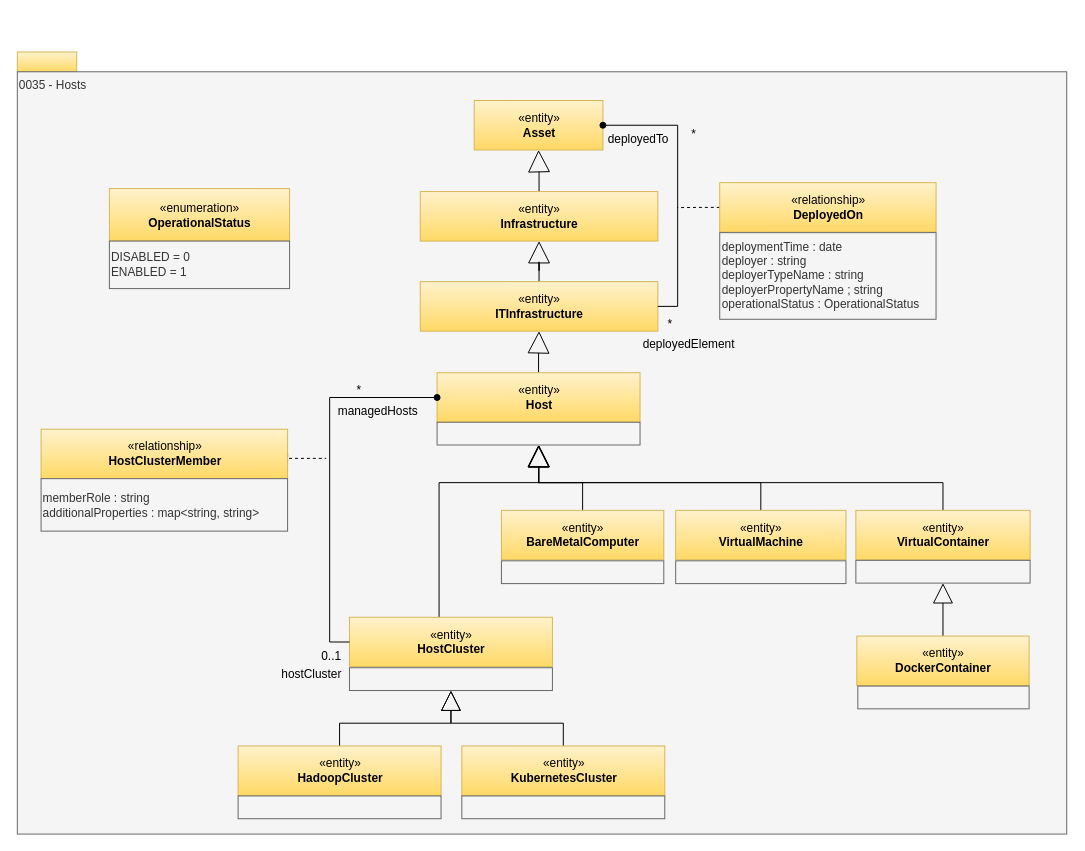
Earlier version of the draw.io diagram page "0035-Complex-Hosts" (20 of 31) of site/docs/types/0/area-0-basic-types-and-infrastructure.drawio (odpi/egeria-docs). Source tidied: cells renumbered, new cells numbered last; positions are measured from the earlier drawing's top-left corner, leaving out a move shared by most shapes. Both pictures are drawn from the tidied source at 99%, with x=0, y=0 at pixel (17, 51).
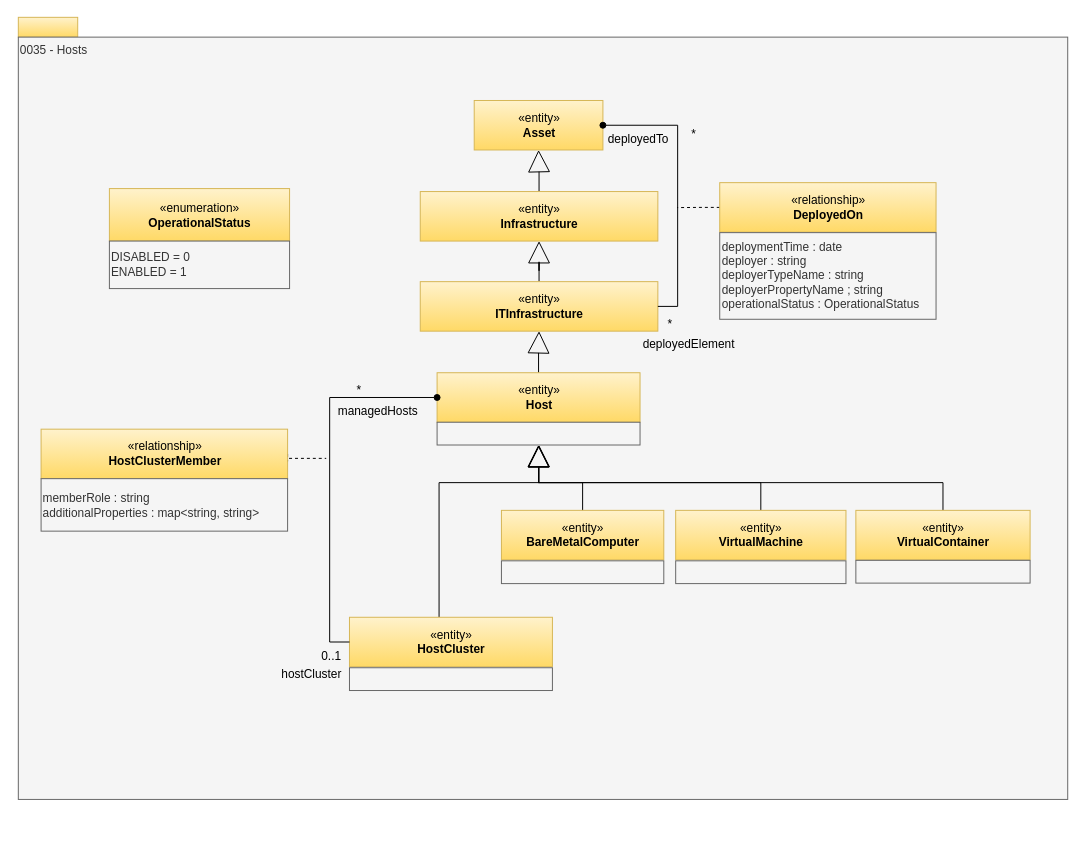
Above is the later version.

The change refers to these unchanged cells:
```xml
<mxCell id="13" style="rounded=0;whiteSpace=wrap;html=1;strokeColor=#666666;align=left;fillColor=#f5f5f5;fontColor=#333333;" parent="1" vertex="1">
  <mxGeometry x="335.5" y="622" width="205" height="23" as="geometry" />
</mxCell>
<mxCell id="14" style="rounded=0;whiteSpace=wrap;html=1;strokeColor=#666666;align=left;fillColor=#f5f5f5;fontColor=#333333;" parent="1" vertex="1">
  <mxGeometry x="847" y="513.5" width="176" height="23" as="geometry" />
</mxCell>
```

What changed in the source:
```diff
@@
     <mxCell id="2" style="rounded=0;whiteSpace=wrap;html=1;align=left;fillColor=#fff2cc;strokeColor=#d6b656;gradientColor=#ffd966;" parent="1" vertex="1">
-      <mxGeometry width="60" height="20" as="geometry" />
+      <mxGeometry x="1" y="-35" width="60" height="20" as="geometry" />
     </mxCell>
     <mxCell id="3" value="0035 - Hosts" style="rounded=0;whiteSpace=wrap;html=1;align=left;verticalAlign=top;fillColor=#f5f5f5;fontColor=#333333;strokeColor=#666666;" parent="1" vertex="1">
-      <mxGeometry y="20" width="1060" height="770" as="geometry" />
+      <mxGeometry x="1" y="-15" width="1060" height="770" as="geometry" />
     </mxCell>
@@
-    <mxCell id="21" style="edgeStyle=orthogonalEdgeStyle;rounded=0;jettySize=auto;html=1;entryX=0.5;entryY=1;entryDx=0;entryDy=0;endArrow=block;endFill=0;endSize=18;strokeWidth=1;" parent="1" edge="1" source="22" target="14">
-      <mxGeometry relative="1" as="geometry" />
-    </mxCell>
-    <mxCell id="22" value="«entity»&lt;br&gt;&lt;b&gt;DockerContainer&lt;/b&gt;" style="html=1;strokeColor=#d6b656;align=center;fillColor=#fff2cc;gradientColor=#ffd966;" parent="1" vertex="1">
-      <mxGeometry x="848" y="590" width="174" height="50" as="geometry" />
-    </mxCell>
-    <mxCell id="23" style="rounded=0;whiteSpace=wrap;html=1;strokeColor=#666666;align=left;fillColor=#f5f5f5;fontColor=#333333;" parent="1" vertex="1">
-      <mxGeometry x="849" y="640.5" width="173" height="23" as="geometry" />
-    </mxCell>
-    <mxCell id="24" style="edgeStyle=orthogonalEdgeStyle;rounded=0;jettySize=auto;html=1;entryX=0.5;entryY=1;entryDx=0;entryDy=0;endArrow=block;endFill=0;endSize=18;strokeWidth=1;" parent="1" edge="1" source="25" target="13">
-      <mxGeometry relative="1" as="geometry" />
-    </mxCell>
-    <mxCell id="25" value="«entity»&lt;br&gt;&lt;b&gt;HadoopCluster&lt;/b&gt;" style="html=1;strokeColor=#d6b656;align=center;fillColor=#fff2cc;gradientColor=#ffd966;" parent="1" vertex="1">
-      <mxGeometry x="223" y="701" width="205" height="50" as="geometry" />
-    </mxCell>
-    <mxCell id="26" style="rounded=0;whiteSpace=wrap;html=1;strokeColor=#666666;align=left;fillColor=#f5f5f5;fontColor=#333333;" parent="1" vertex="1">
-      <mxGeometry x="223" y="751.5" width="205" height="23" as="geometry" />
-    </mxCell>
-    <mxCell id="27" style="edgeStyle=orthogonalEdgeStyle;rounded=0;jettySize=auto;html=1;entryX=0.5;entryY=1;entryDx=0;entryDy=0;endArrow=block;endFill=0;endSize=18;strokeWidth=1;" parent="1" edge="1" source="28" target="13">
-      <mxGeometry relative="1" as="geometry" />
-    </mxCell>
-    <mxCell id="28" value="«entity»&lt;br&gt;&lt;b&gt;KubernetesCluster&lt;/b&gt;" style="html=1;strokeColor=#d6b656;align=center;fillColor=#fff2cc;gradientColor=#ffd966;" parent="1" vertex="1">
-      <mxGeometry x="449" y="701" width="205" height="50" as="geometry" />
-    </mxCell>
-    <mxCell id="29" style="rounded=0;whiteSpace=wrap;html=1;strokeColor=#666666;align=left;fillColor=#f5f5f5;fontColor=#333333;" parent="1" vertex="1">
-      <mxGeometry x="449" y="751.5" width="205" height="23" as="geometry" />
-    </mxCell>
```
